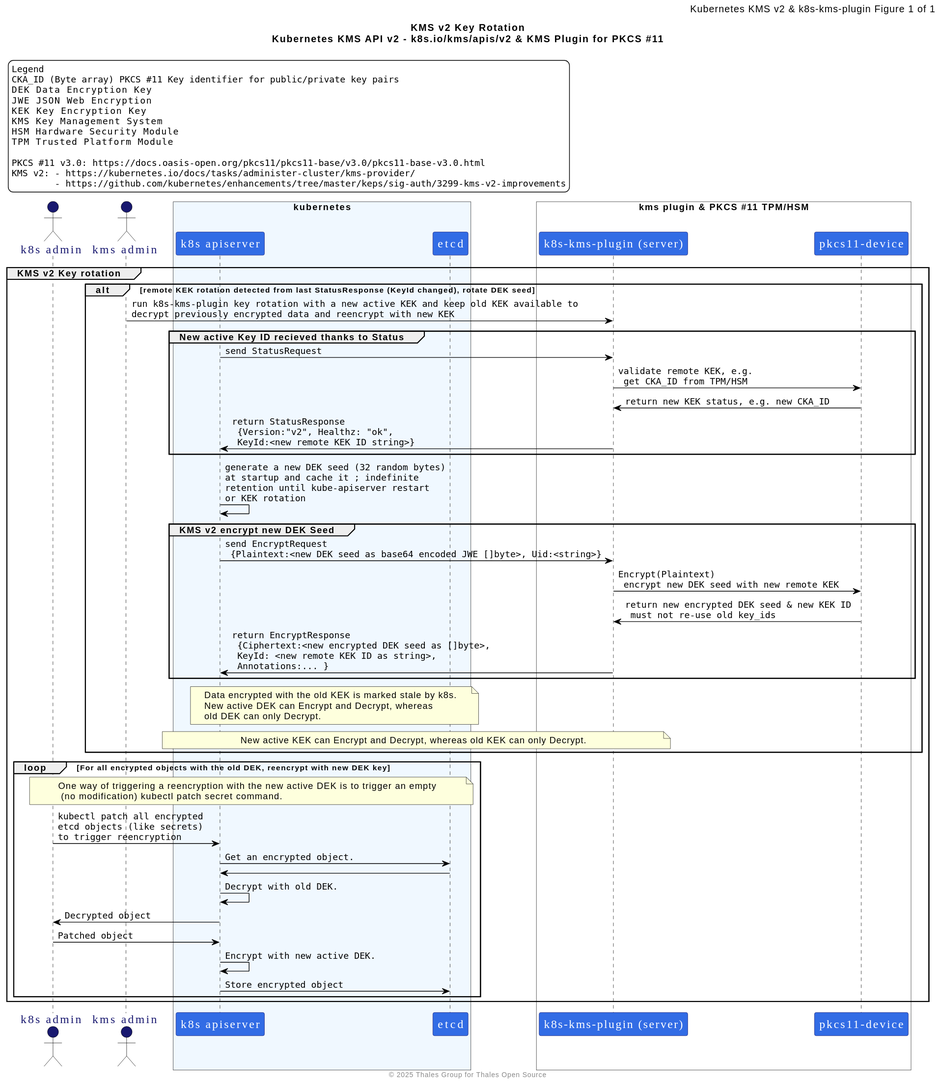
Above: docs/puml-diagrams/kmsv2-key-rotation.sqce-diag.svg in ThalesGroup/k8s-kms-plugin (PlantUML), before the change. Source of this version:
```plantuml
@startuml
skinparam shadowing false


skinparam legend {
  FontSize 13
  FontName DejaVu Sans Mono
  BorderColor black
  BackgroundColor white
}

skinparam sequence {
ArrowColor Black
ActorBorderColor Black
LifeLineBorderColor Black
LifeLineBackgroundColor #A9DCDF

ParticipantBorderColor MidnightBlue
ParticipantBackgroundColor #326CE5
ParticipantFontName Impact
ParticipantFontSize 17
ParticipantFontColor white

ActorBackgroundColor MidnightBlue
ActorFontColor MidnightBlue
ActorFontSize 17
ActorFontName Aapex
}

skinparam ArrowFontName DejaVu Sans Mono


title
    KMS v2 Key Rotation
    Kubernetes KMS API v2 - k8s.io/kms/apis/v2 & KMS Plugin for PKCS #11
end title

skinparam HeaderFontSize 14
header <font color=black>Kubernetes KMS v2 & k8s-kms-plugin Figure %page% of %lastpage%</font>
footer © 2025 Thales Group for Thales Open Source

legend top left
    Legend
    CKA_ID (Byte array) PKCS #11 Key identifier for public/private key pairs
    DEK    Data Encryption Key
    JWE    JSON Web Encryption
    KEK    Key Encryption Key
    KMS    Key Management System
    HSM    Hardware Security Module
    TPM    Trusted Platform Module

    PKCS #11 v3.0: https://docs.oasis-open.org/pkcs11/pkcs11-base/v3.0/pkcs11-base-v3.0.html
    KMS v2: - https://kubernetes.io/docs/tasks/administer-cluster/kms-provider/
            - https://github.com/kubernetes/enhancements/tree/master/keps/sig-auth/3299-kms-v2-improvements
end legend


    actor "k8s admin" as k8sa
    actor "kms admin" as kmsa

    box "kubernetes" #AliceBlue
        participant "k8s apiserver" as k8sapisrv
        participant "etcd" as etcd
    end box


    box "kms plugin & PKCS #11 TPM/HSM" #fff
        participant "k8s-kms-plugin (server)" as kmsplg
        participant "pkcs11-device" as p11
    end box

    group KMS v2 Key rotation
        alt remote KEK rotation detected from last StatusResponse (KeyId changed), rotate DEK seed
            kmsa -> kmsplg : run k8s-kms-plugin key rotation with a new active KEK and keep old KEK available to \ndecrypt previously encrypted data and reencrypt with new KEK

            group New active Key ID recieved thanks to Status
                k8sapisrv -> kmsplg : send StatusRequest
                kmsplg -> p11 : validate remote KEK, e.g. \n get CKA_ID from TPM/HSM
                p11 -> kmsplg : return new KEK status, e.g. new CKA_ID
                kmsplg -> k8sapisrv : return StatusResponse \n {Version:"v2", Healthz: "ok", \n KeyId:<new remote KEK ID string>}
            end

            k8sapisrv -> k8sapisrv : generate a new DEK seed (32 random bytes)\nat startup and cache it ; indefinite \nretention until kube-apiserver restart \nor KEK rotation

            group KMS v2 encrypt new DEK Seed
                k8sapisrv -> kmsplg : send EncryptRequest \n {Plaintext:<new DEK seed as base64 encoded JWE []byte>, Uid:<string>}
                kmsplg -> p11 : Encrypt(Plaintext) \n encrypt new DEK seed with new remote KEK
                p11 -> kmsplg : return new encrypted DEK seed & new KEK ID \n must not re-use old key_ids
                kmsplg -> k8sapisrv : return EncryptResponse \n {Ciphertext:<new encrypted DEK seed as []byte>,\n KeyId: <new remote KEK ID as string>, \n Annotations:... }
            end

            note over k8sapisrv, etcd : Data encrypted with the old KEK is marked stale by k8s. \nNew active DEK can Encrypt and Decrypt, whereas \nold DEK can only Decrypt.
            note over k8sapisrv, kmsplg : New active KEK can Encrypt and Decrypt, whereas old KEK can only Decrypt.
        end

        Loop For all encrypted objects with the old DEK, reencrypt with new DEK key
            note over k8sa, etcd : One way of triggering a reencryption with the new active DEK is to trigger an empty \n (no modification) kubectl patch secret command.

            k8sa -> k8sapisrv : kubectl patch all encrypted \netcd objects (like secrets) \nto trigger reencryption
            k8sapisrv -> etcd : Get an encrypted object.
            etcd -> k8sapisrv :
            k8sapisrv -> k8sapisrv : Decrypt with old DEK.
            k8sapisrv -> k8sa : Decrypted object
            k8sa -> k8sapisrv : Patched object
            k8sapisrv -> k8sapisrv : Encrypt with new active DEK.
            k8sapisrv -> etcd : Store encrypted object
        end
    end
@enduml
```
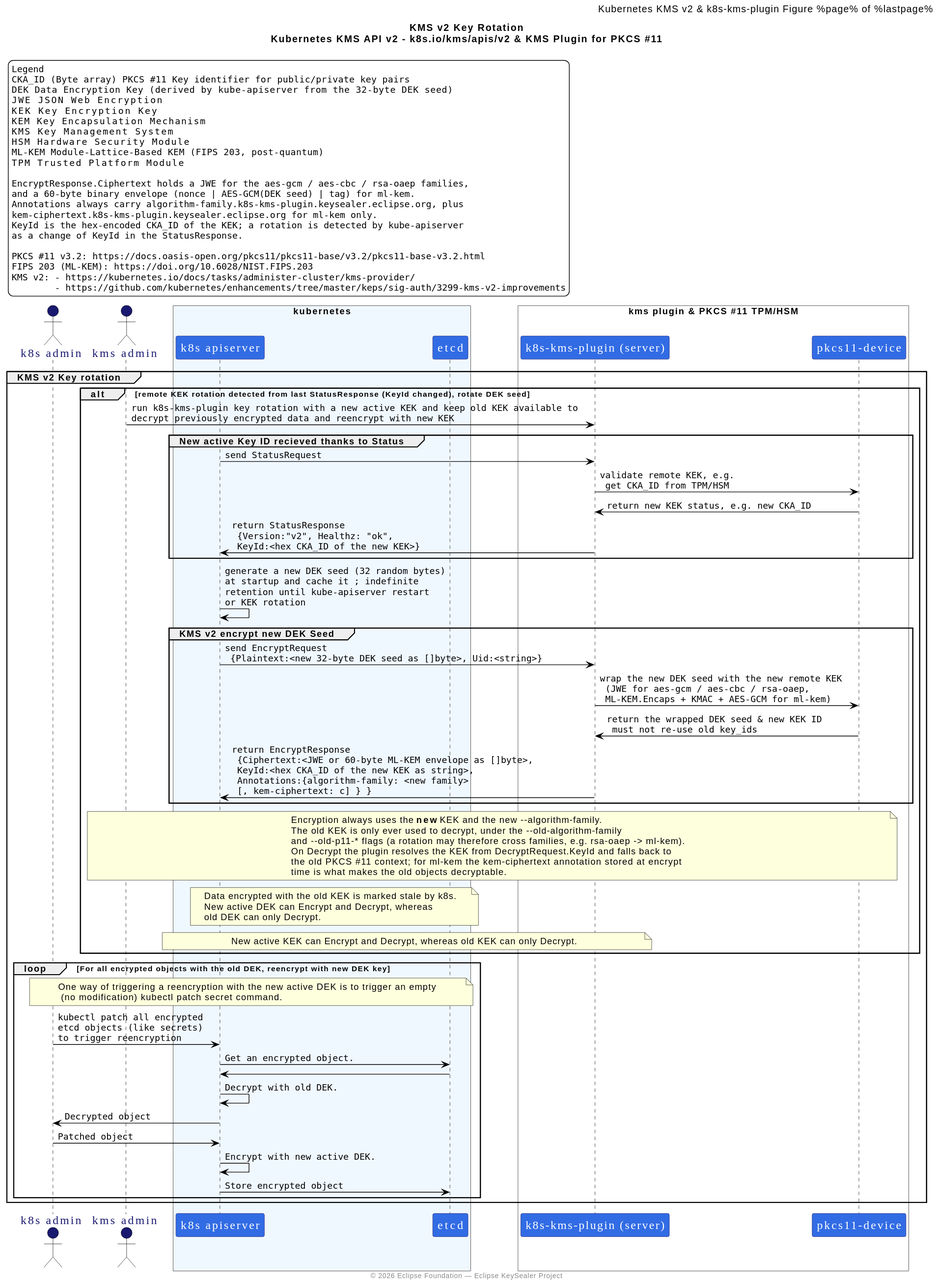
After the change.

What changed in the source:
```diff
@@ -37,19 +37,29 @@
 
 skinparam HeaderFontSize 14
 header <font color=black>Kubernetes KMS v2 & k8s-kms-plugin Figure %page% of %lastpage%</font>
-footer © 2025 Thales Group for Thales Open Source
+footer © 2026 Eclipse Foundation — Eclipse KeySealer Project
 
 legend top left
     Legend
-    CKA_ID (Byte array) PKCS #11 Key identifier for public/private key pairs
-    DEK    Data Encryption Key
-    JWE    JSON Web Encryption
-    KEK    Key Encryption Key
-    KMS    Key Management System
-    HSM    Hardware Security Module
-    TPM    Trusted Platform Module
+    CKA_ID   (Byte array) PKCS #11 Key identifier for public/private key pairs
+    DEK      Data Encryption Key (derived by kube-apiserver from the 32-byte DEK seed)
+    JWE      JSON Web Encryption
+    KEK      Key Encryption Key
+    KEM      Key Encapsulation Mechanism
+    KMS      Key Management System
+    HSM      Hardware Security Module
+    ML-KEM   Module-Lattice-Based KEM (FIPS 203, post-quantum)
+    TPM      Trusted Platform Module
 
-    PKCS #11 v3.0: https://docs.oasis-open.org/pkcs11/pkcs11-base/v3.0/pkcs11-base-v3.0.html
+    EncryptResponse.Ciphertext holds a JWE for the aes-gcm / aes-cbc / rsa-oaep families,
+    and a 60-byte binary envelope (nonce | AES-GCM(DEK seed) | tag) for ml-kem.
+    Annotations always carry algorithm-family.k8s-kms-plugin.keysealer.eclipse.org, plus
+    kem-ciphertext.k8s-kms-plugin.keysealer.eclipse.org for ml-kem only.
+    KeyId is the hex-encoded CKA_ID of the KEK; a rotation is detected by kube-apiserver
+    as a change of KeyId in the StatusResponse.
+
+    PKCS #11 v3.2: https://docs.oasis-open.org/pkcs11/pkcs11-base/v3.2/pkcs11-base-v3.2.html
+    FIPS 203 (ML-KEM): https://doi.org/10.6028/NIST.FIPS.203
     KMS v2: - https://kubernetes.io/docs/tasks/administer-cluster/kms-provider/
             - https://github.com/kubernetes/enhancements/tree/master/keps/sig-auth/3299-kms-v2-improvements
 end legend
@@ -77,17 +87,19 @@
                 k8sapisrv -> kmsplg : send StatusRequest
                 kmsplg -> p11 : validate remote KEK, e.g. \n get CKA_ID from TPM/HSM
                 p11 -> kmsplg : return new KEK status, e.g. new CKA_ID
-                kmsplg -> k8sapisrv : return StatusResponse \n {Version:"v2", Healthz: "ok", \n KeyId:<new remote KEK ID string>}
+                kmsplg -> k8sapisrv : return StatusResponse \n {Version:"v2", Healthz: "ok", \n KeyId:<hex CKA_ID of the new KEK>}
             end
 
             k8sapisrv -> k8sapisrv : generate a new DEK seed (32 random bytes)\nat startup and cache it ; indefinite \nretention until kube-apiserver restart \nor KEK rotation
 
             group KMS v2 encrypt new DEK Seed
-                k8sapisrv -> kmsplg : send EncryptRequest \n {Plaintext:<new DEK seed as base64 encoded JWE []byte>, Uid:<string>}
-                kmsplg -> p11 : Encrypt(Plaintext) \n encrypt new DEK seed with new remote KEK
-                p11 -> kmsplg : return new encrypted DEK seed & new KEK ID \n must not re-use old key_ids
-                kmsplg -> k8sapisrv : return EncryptResponse \n {Ciphertext:<new encrypted DEK seed as []byte>,\n KeyId: <new remote KEK ID as string>, \n Annotations:... }
+                k8sapisrv -> kmsplg : send EncryptRequest \n {Plaintext:<new 32-byte DEK seed as []byte>, Uid:<string>}
+                kmsplg -> p11 : wrap the new DEK seed with the new remote KEK \n (JWE for aes-gcm / aes-cbc / rsa-oaep, \n ML-KEM.Encaps + KMAC + AES-GCM for ml-kem)
+                p11 -> kmsplg : return the wrapped DEK seed & new KEK ID \n must not re-use old key_ids
+                kmsplg -> k8sapisrv : return EncryptResponse \n {Ciphertext:<JWE or 60-byte ML-KEM envelope as []byte>, \n KeyId:<hex CKA_ID of the new KEK as string>, \n Annotations:{algorithm-family: <new family> \n [, kem-ciphertext: c] } }
             end
+
+            note over kmsa, p11 : Encryption always uses the **new** KEK and the new ~--algorithm-family. \nThe old KEK is only ever used to decrypt, under the ~--old-algorithm-family \nand ~--old-p11-* flags (a rotation may therefore cross families, e.g. rsa-oaep -> ml-kem). \nOn Decrypt the plugin resolves the KEK from DecryptRequest.KeyId and falls back to \nthe old PKCS #11 context; for ml-kem the kem-ciphertext annotation stored at encrypt \ntime is what makes the old objects decryptable.
 
             note over k8sapisrv, etcd : Data encrypted with the old KEK is marked stale by k8s. \nNew active DEK can Encrypt and Decrypt, whereas \nold DEK can only Decrypt.
             note over k8sapisrv, kmsplg : New active KEK can Encrypt and Decrypt, whereas old KEK can only Decrypt.
```
